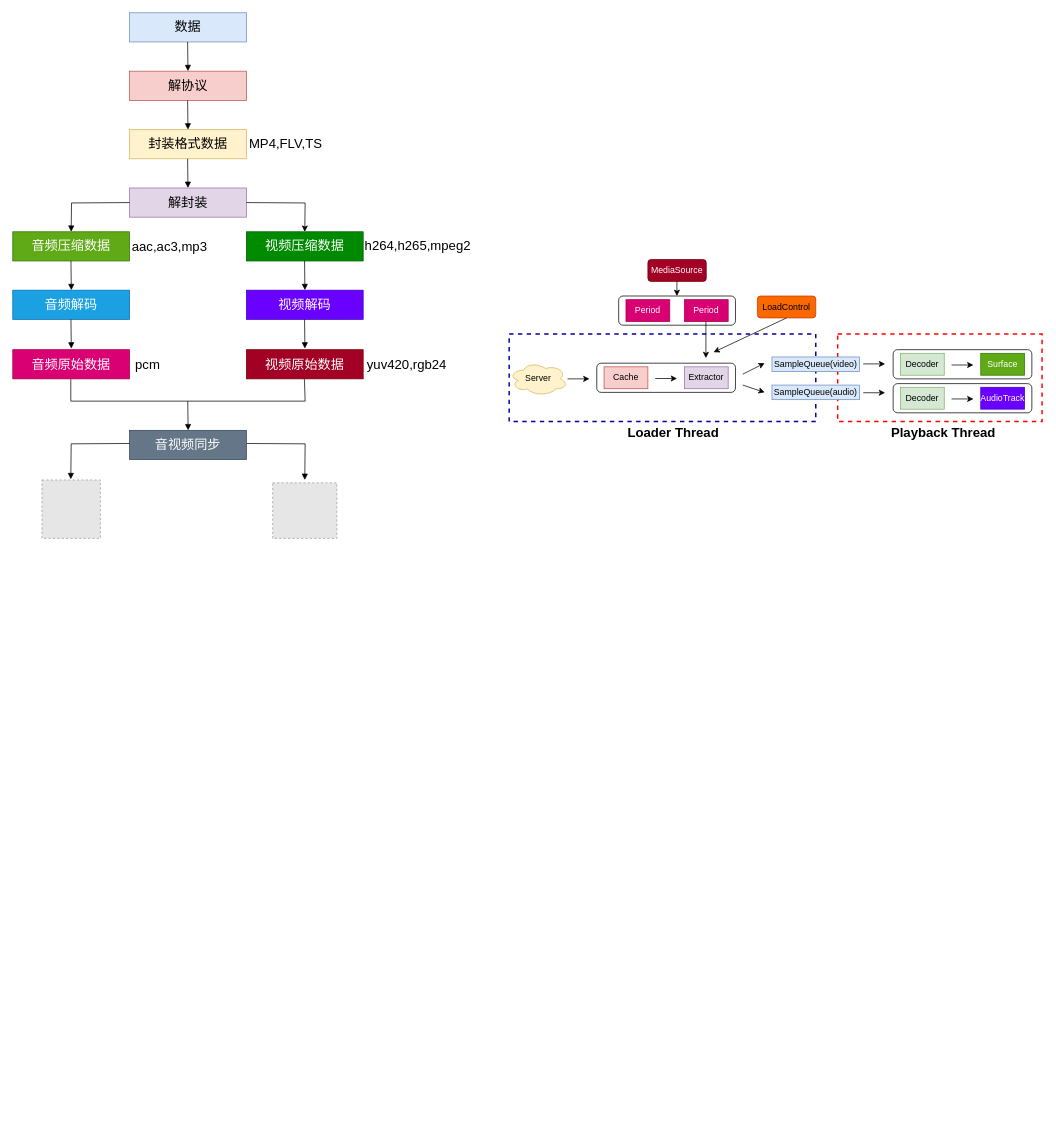
Before: page "播放器" (1 of 6) of graph.drawio in AndyYoung1004/draw.io, a draw.io diagram. Source tidied: cells renumbered, new cells numbered last; positions are measured from the earlier drawing's top-left corner, leaving out a move shared by most shapes. Both pictures are drawn from the tidied source at 73%, with x=0, y=0 at pixel (12, 12). Pictures stored in the file or linked from it are replaced by grey dashed boxes.
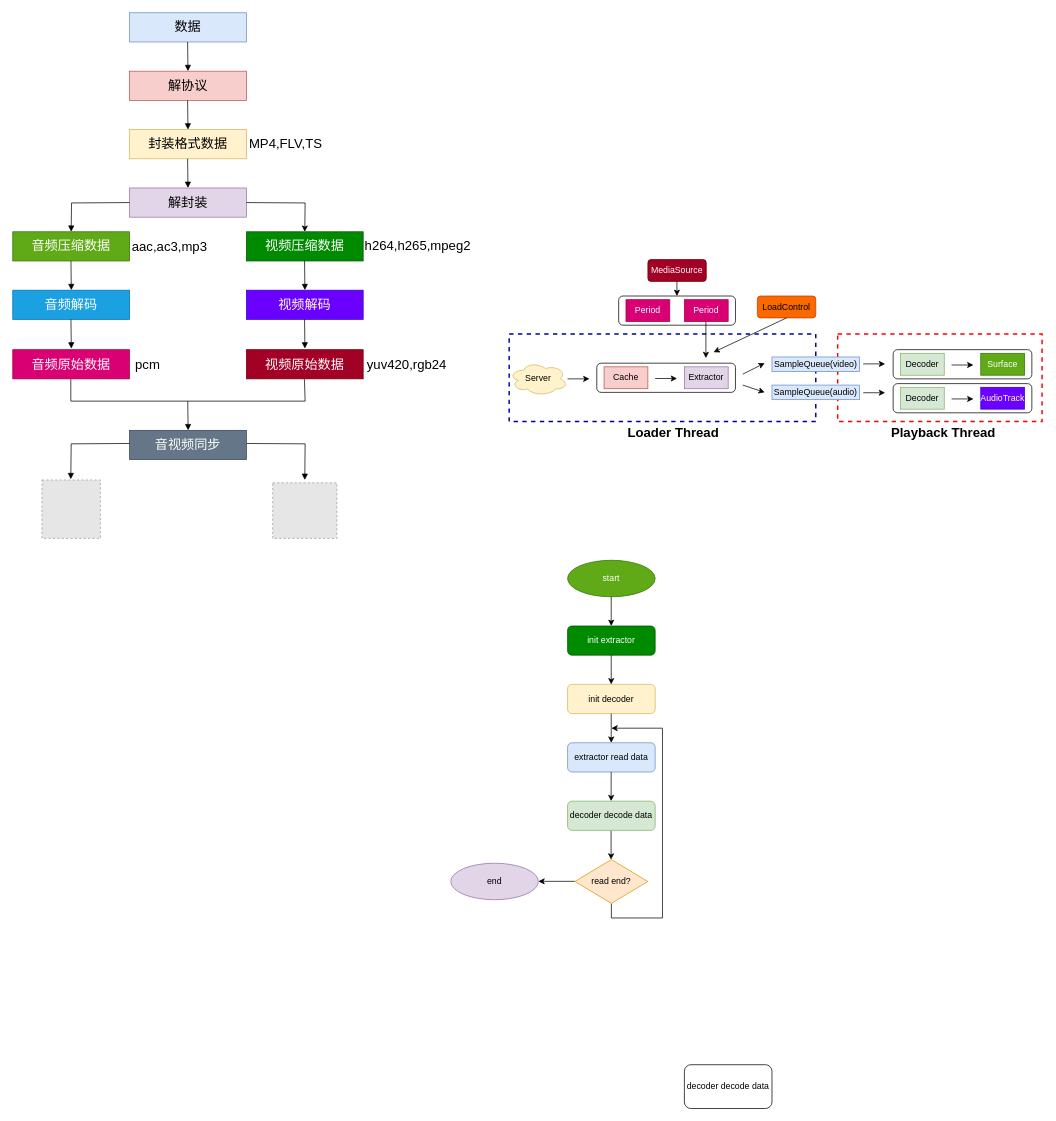
The same diagram, later.

What changed in the source:
```diff
@@
+    <mxCell id="65" value="start" style="ellipse;whiteSpace=wrap;html=1;fillColor=#60a917;fontColor=#ffffff;strokeColor=#2D7600;" parent="1" vertex="1">
+      <mxGeometry x="760" y="750" width="120" height="50" as="geometry" />
+    </mxCell>
+    <mxCell id="66" style="endArrow=classic;html=1;rounded=0;edgeStyle=orthogonalEdgeStyle;elbow=vertical;" parent="1" edge="1">
+      <mxGeometry relative="1" as="geometry">
+        <mxPoint x="820" y="1220" as="sourcePoint" />
+        <mxPoint x="820" y="980" as="targetPoint" />
+        <Array as="points">
+          <mxPoint x="820" y="1240" />
+          <mxPoint x="890" y="1240" />
+          <mxPoint x="890" y="980" />
+        </Array>
+      </mxGeometry>
+    </mxCell>
+    <mxCell id="67" value="init extractor" style="rounded=1;whiteSpace=wrap;html=1;fillColor=#008a00;fontColor=#ffffff;strokeColor=#005700;" parent="1" vertex="1">
+      <mxGeometry x="760" y="840" width="120" height="40" as="geometry" />
+    </mxCell>
+    <mxCell id="68" style="endArrow=classic;html=1;rounded=0;" parent="1" edge="1">
+      <mxGeometry relative="1" as="geometry">
+        <mxPoint x="819.8" y="800" as="sourcePoint" />
+        <mxPoint x="819.8" y="840" as="targetPoint" />
+      </mxGeometry>
+    </mxCell>
+    <mxCell id="69" value="init decoder" style="rounded=1;whiteSpace=wrap;html=1;fillColor=#fff2cc;strokeColor=#d6b656;" parent="1" vertex="1">
+      <mxGeometry x="760" y="920" width="120" height="40" as="geometry" />
+    </mxCell>
+    <mxCell id="70" style="endArrow=classic;html=1;rounded=0;" parent="1" edge="1">
+      <mxGeometry relative="1" as="geometry">
+        <mxPoint x="819.8" y="880" as="sourcePoint" />
+        <mxPoint x="819.8" y="920" as="targetPoint" />
+      </mxGeometry>
+    </mxCell>
+    <mxCell id="71" value="extractor read data" style="rounded=1;whiteSpace=wrap;html=1;fillColor=#dae8fc;strokeColor=#6c8ebf;" parent="1" vertex="1">
+      <mxGeometry x="760" y="1000" width="120" height="40" as="geometry" />
+    </mxCell>
+    <mxCell id="72" style="endArrow=classic;html=1;rounded=0;" parent="1" edge="1">
+      <mxGeometry relative="1" as="geometry">
+        <mxPoint x="819.8" y="960" as="sourcePoint" />
+        <mxPoint x="819.8" y="1000" as="targetPoint" />
+      </mxGeometry>
+    </mxCell>
+    <mxCell id="73" value="decoder decode data" style="rounded=1;whiteSpace=wrap;html=1;" parent="1" vertex="1">
+      <mxGeometry x="920" y="1441" width="120" height="60" as="geometry" />
+    </mxCell>
+    <mxCell id="74" style="endArrow=classic;html=1;rounded=0;" parent="1" edge="1">
+      <mxGeometry relative="1" as="geometry">
+        <mxPoint x="770" y="1189.8" as="sourcePoint" />
+        <mxPoint x="720" y="1189.8" as="targetPoint" />
+      </mxGeometry>
+    </mxCell>
+    <mxCell id="75" value="read end?" style="rhombus;whiteSpace=wrap;html=1;fillColor=#ffe6cc;strokeColor=#d79b00;" parent="1" vertex="1">
+      <mxGeometry x="770" y="1160" width="100" height="60" as="geometry" />
+    </mxCell>
+    <mxCell id="76" style="endArrow=classic;html=1;rounded=0;" parent="1" edge="1">
+      <mxGeometry relative="1" as="geometry">
+        <mxPoint x="819.6" y="1120" as="sourcePoint" />
+        <mxPoint x="819.6" y="1160" as="targetPoint" />
+      </mxGeometry>
+    </mxCell>
+    <mxCell id="77" value="end" style="ellipse;whiteSpace=wrap;html=1;fillColor=#e1d5e7;strokeColor=#9673a6;" parent="1" vertex="1">
+      <mxGeometry x="600" y="1165" width="120" height="50" as="geometry" />
+    </mxCell>
+    <mxCell id="78" style="endArrow=classic;html=1;rounded=0;" parent="1" edge="1">
+      <mxGeometry relative="1" as="geometry">
+        <mxPoint x="819.7" y="1040" as="sourcePoint" />
+        <mxPoint x="819.7" y="1080" as="targetPoint" />
+      </mxGeometry>
+    </mxCell>
+    <mxCell id="79" value="decoder decode data" style="rounded=1;whiteSpace=wrap;html=1;fillColor=#d5e8d4;strokeColor=#82b366;" parent="1" vertex="1">
+      <mxGeometry x="760" y="1080" width="120" height="40" as="geometry" />
+    </mxCell>
```
